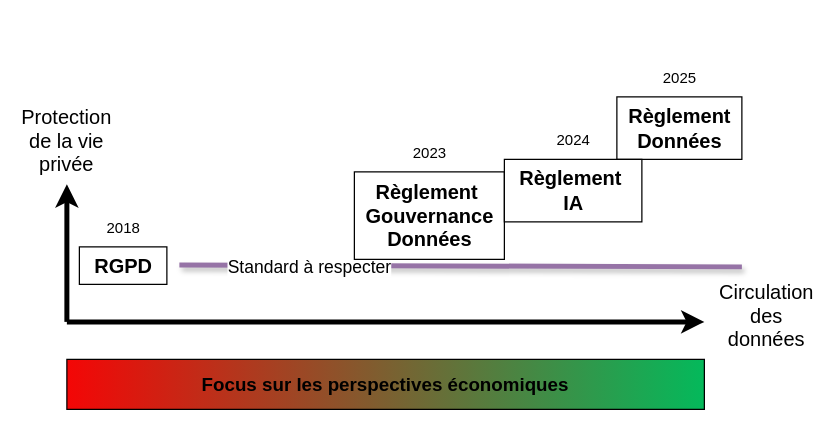
The draw.io diagram page "Page-1" (1 of 6) of Schéma règlements IA et Data.drawio in Fabrice-64/Drawings, before the edit. Source tidied: cells renumbered, new cells numbered last; positions are measured from the earlier drawing's top-left corner, leaving out a move shared by most shapes. Both pictures are drawn from the tidied source at 125%, with x=0, y=0 at pixel (29, 59).
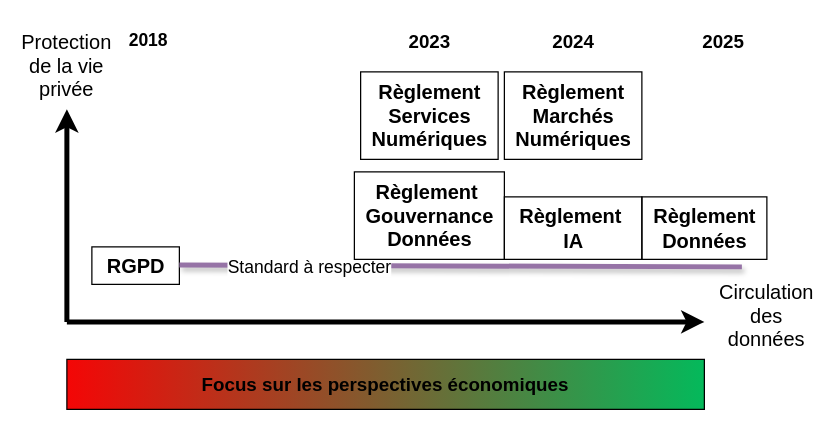
Above is the later version.

Commit message:
Mettre à jour Schéma règlements IA et Data.drawio

Diff of the diagram source:
```diff
@@
     <mxCell id="2" style="edgeStyle=none;orthogonalLoop=1;jettySize=auto;html=1;rounded=0;strokeWidth=4;" parent="1" edge="1">
       <mxGeometry relative="1" as="geometry">
         <mxPoint x="30" y="210" as="sourcePoint" />
-        <mxPoint x="30" y="100" as="targetPoint" />
+        <mxPoint x="30" y="40" as="targetPoint" />
       </mxGeometry>
     </mxCell>
@@
     <mxCell id="4" value="Protection de la vie privée" style="text;strokeColor=none;align=center;fillColor=none;html=1;verticalAlign=middle;whiteSpace=wrap;rounded=0;fontSize=16;" parent="1" vertex="1">
-      <mxGeometry y="50" width="60" height="30" as="geometry" />
+      <mxGeometry y="-10" width="60" height="30" as="geometry" />
     </mxCell>
@@
     <mxCell id="6" value="RGPD" style="text;html=1;align=center;verticalAlign=middle;strokeColor=default;fillColor=none;fontSize=16;fontStyle=1;" parent="1" vertex="1">
-      <mxGeometry x="40" y="150" width="70" height="30" as="geometry" />
+      <mxGeometry x="50" y="150" width="70" height="30" as="geometry" />
     </mxCell>
@@
     <mxCell id="9" value="Règlement&amp;nbsp;&lt;br&gt;IA" style="text;html=1;align=center;verticalAlign=middle;strokeColor=default;fillColor=none;fontSize=16;fontStyle=1;" parent="1" vertex="1">
-      <mxGeometry x="380" y="80" width="110" height="50" as="geometry" />
+      <mxGeometry x="380" y="110" width="110" height="50" as="geometry" />
     </mxCell>
@@
     <mxCell id="11" value="Règlement &lt;br&gt;Données" style="text;html=1;align=center;verticalAlign=middle;strokeColor=default;fillColor=none;fontSize=16;fontStyle=1;" parent="1" vertex="1">
-      <mxGeometry x="470" y="30" width="100" height="50" as="geometry" />
+      <mxGeometry x="490" y="110" width="100" height="50" as="geometry" />
     </mxCell>
@@
-    <mxCell id="13" value="2023" style="text;html=1;align=center;verticalAlign=middle;strokeColor=none;fillColor=none;" parent="1" vertex="1">
-      <mxGeometry x="295" y="60" width="50" height="30" as="geometry" />
+    <mxCell id="13" value="2023" style="text;html=1;align=center;verticalAlign=middle;strokeColor=none;fillColor=none;fontSize=15;fontStyle=1;" parent="1" vertex="1">
+      <mxGeometry x="290" y="-30" width="60" height="30" as="geometry" />
     </mxCell>
-    <mxCell id="14" value="2024" style="text;html=1;align=center;verticalAlign=middle;strokeColor=none;fillColor=none;" parent="1" vertex="1">
-      <mxGeometry x="410" y="50" width="50" height="30" as="geometry" />
+    <mxCell id="14" value="2024" style="text;html=1;align=center;verticalAlign=middle;strokeColor=none;fillColor=none;fontSize=15;fontStyle=1;" parent="1" vertex="1">
+      <mxGeometry x="405" y="-30" width="60" height="30" as="geometry" />
     </mxCell>
-    <mxCell id="15" value="2025" style="text;html=1;align=center;verticalAlign=middle;strokeColor=none;fillColor=none;" parent="1" vertex="1">
-      <mxGeometry x="495" width="50" height="30" as="geometry" />
+    <mxCell id="15" value="2025" style="text;html=1;align=center;verticalAlign=middle;strokeColor=none;fillColor=none;fontSize=15;fontStyle=1;" parent="1" vertex="1">
+      <mxGeometry x="525" y="-30" width="60" height="30" as="geometry" />
     </mxCell>
-    <mxCell id="16" value="2018" style="text;html=1;align=center;verticalAlign=middle;strokeColor=none;fillColor=none;" parent="1" vertex="1">
-      <mxGeometry x="50" y="120" width="50" height="30" as="geometry" />
+    <mxCell id="16" value="2018" style="text;html=1;align=center;verticalAlign=middle;strokeColor=none;fillColor=none;fontSize=14;fontStyle=1;" parent="1" vertex="1">
+      <mxGeometry x="70" y="-30" width="50" height="30" as="geometry" />
     </mxCell>
+    <mxCell id="17" value="Règlement &lt;br&gt;Services &lt;br&gt;Numériques" style="text;html=1;align=center;verticalAlign=middle;strokeColor=default;fillColor=none;fontSize=16;fontStyle=1;" parent="1" vertex="1">
+      <mxGeometry x="265" y="10" width="110" height="70" as="geometry" />
+    </mxCell>
+    <mxCell id="18" value="Règlement &lt;br&gt;Marchés&lt;br&gt;Numériques" style="text;html=1;align=center;verticalAlign=middle;strokeColor=default;fillColor=none;fontSize=16;fontStyle=1;" parent="1" vertex="1">
+      <mxGeometry x="380" y="10" width="110" height="70" as="geometry" />
+    </mxCell>
```
